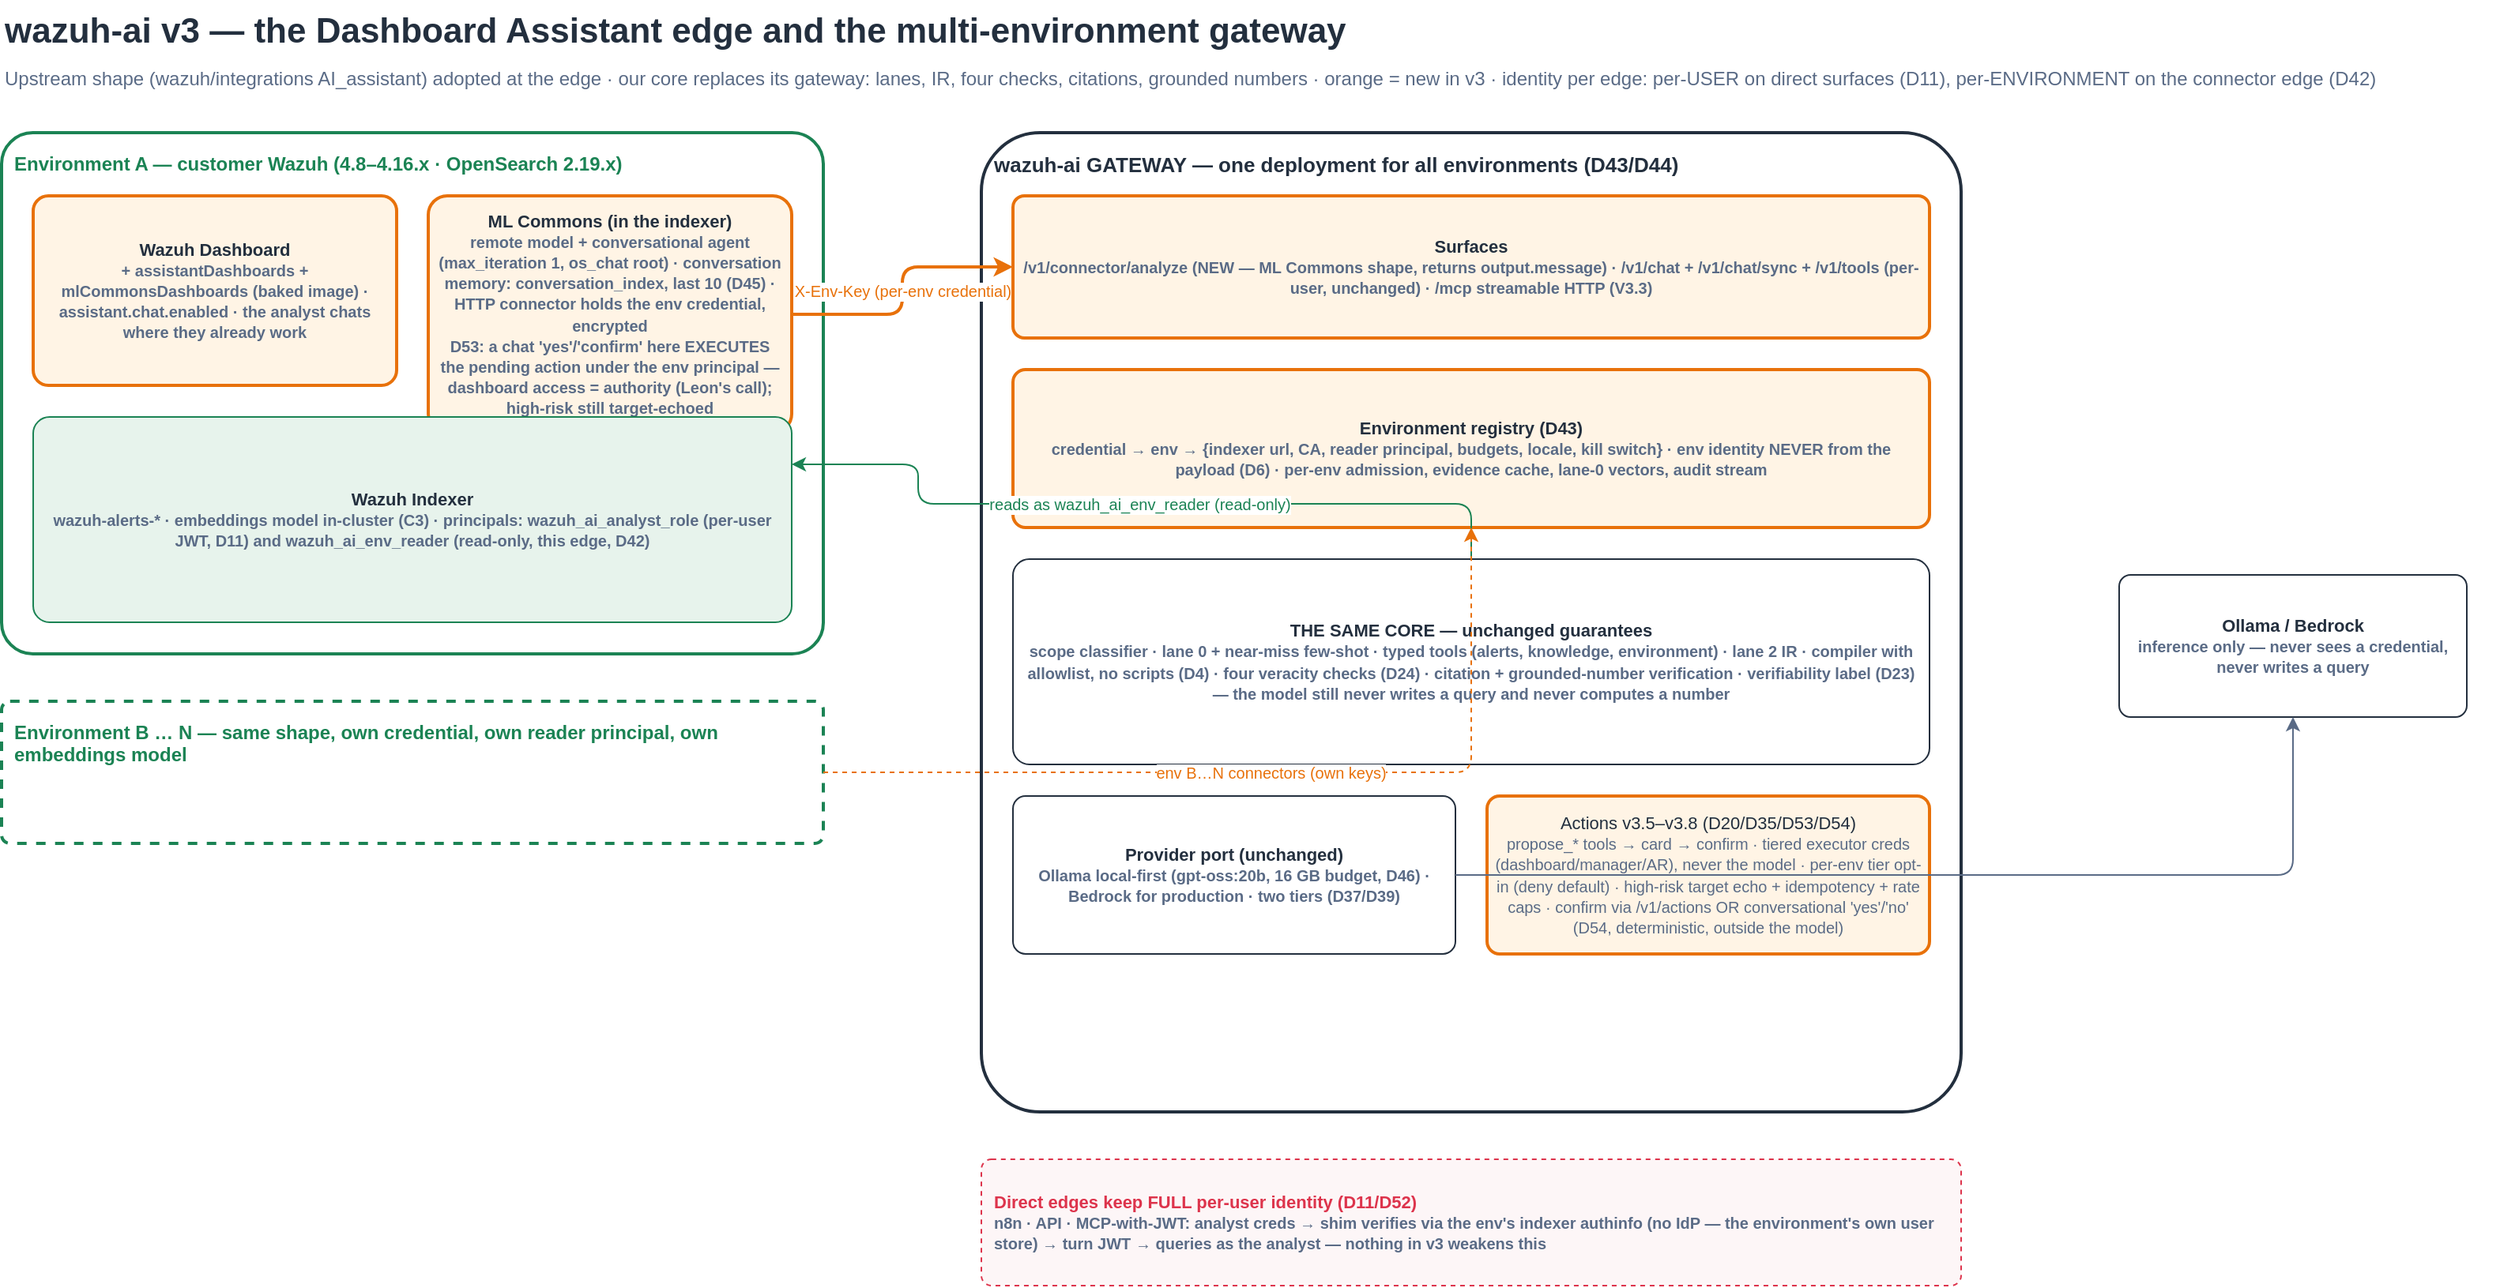
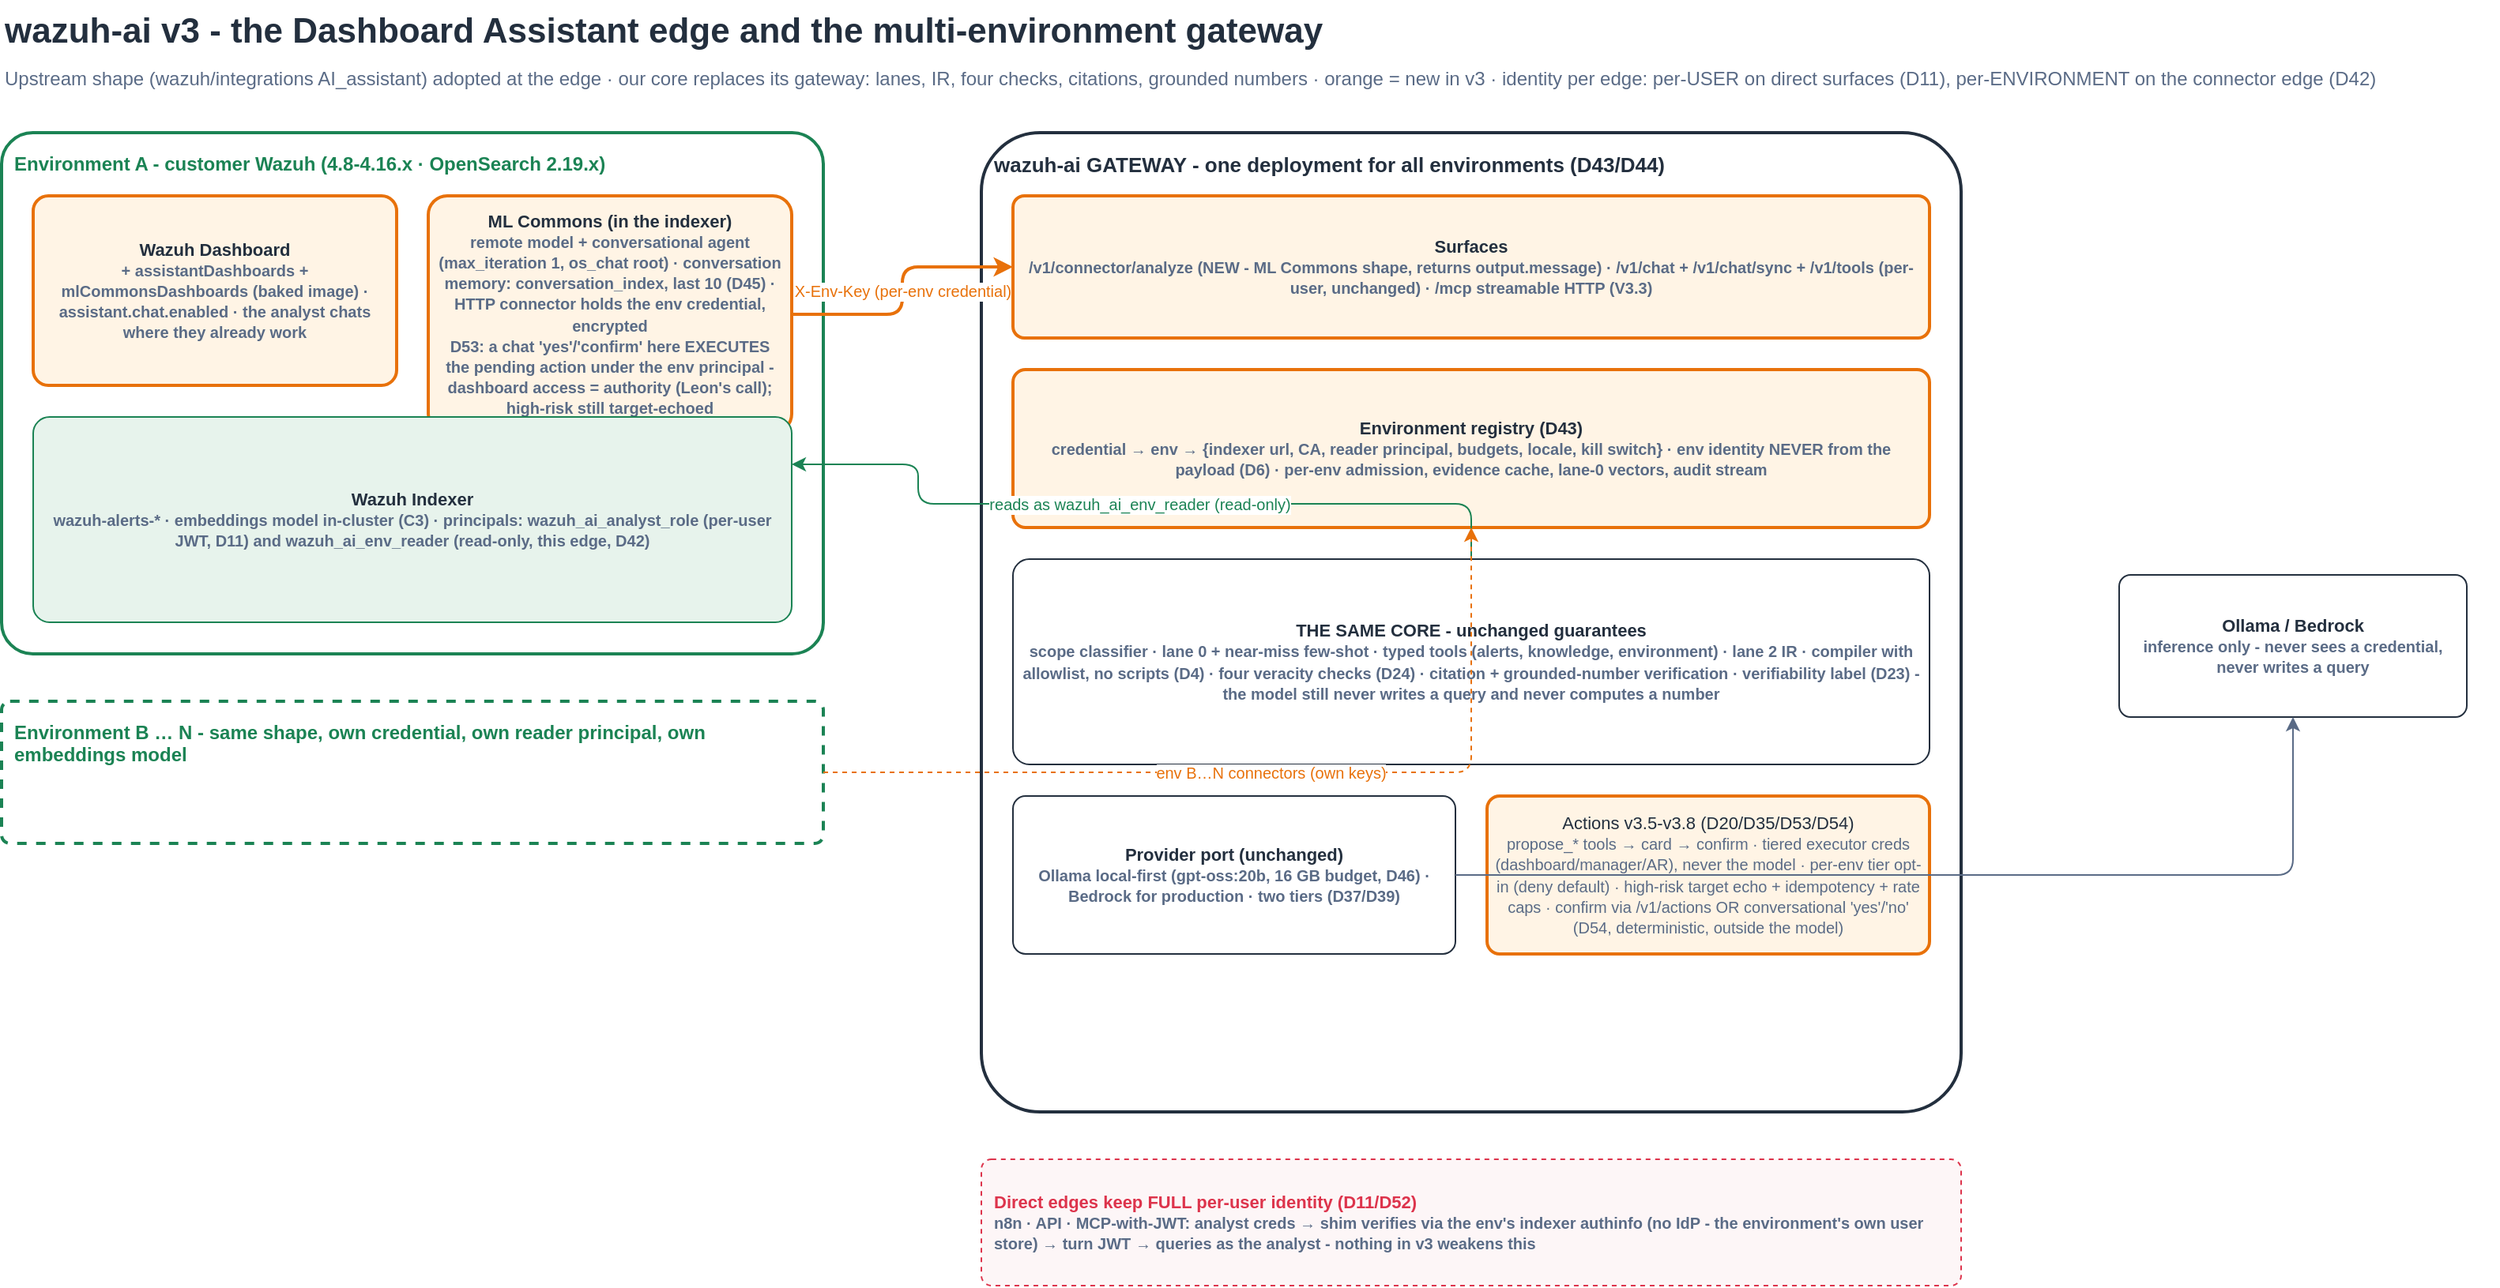
<mxfile host="app.diagrams.net" type="device" version="24.7.17">
  <diagram id="v3a" name="1 · v3 target: one gateway, N environments">
    <mxGraphModel dx="1400" dy="800" grid="0" gridSize="10" guides="1" tooltips="1" connect="1" arrows="1" fold="1" page="1" pageScale="1" pageWidth="1660" pageHeight="1010" math="0" shadow="0">
      <root>
        <mxCell id="0"/>
        <mxCell id="1" parent="0"/>
-         <mxCell id="v1t" value="wazuh-ai v3 — the Dashboard Assistant edge and the multi-environment gateway" style="text;html=1;fontSize=22;fontStyle=1;fontColor=#232F3E;align=left;" vertex="1" parent="1"><mxGeometry x="40" y="16" width="1500" height="32" as="geometry"/></mxCell>
+         <mxCell id="v1t" value="wazuh-ai v3 - the Dashboard Assistant edge and the multi-environment gateway" style="text;html=1;fontSize=22;fontStyle=1;fontColor=#232F3E;align=left;" vertex="1" parent="1"><mxGeometry x="40" y="16" width="1500" height="32" as="geometry"/></mxCell>
        <mxCell id="v1s" value="Upstream shape (wazuh/integrations AI_assistant) adopted at the edge · our core replaces its gateway: lanes, IR, four checks, citations, grounded numbers · orange = new in v3 · identity per edge: per-USER on direct surfaces (D11), per-ENVIRONMENT on the connector edge (D42)" style="text;html=1;fontSize=12;fontColor=#5A6B86;align=left;" vertex="1" parent="1"><mxGeometry x="40" y="52" width="1580" height="20" as="geometry"/></mxCell>
-         <mxCell id="v1e1" value="Environment A — customer Wazuh (4.8–4.16.x · OpenSearch 2.19.x)" style="rounded=1;whiteSpace=wrap;html=1;fillColor=none;strokeColor=#1B8354;strokeWidth=2;fontColor=#1B8354;fontSize=12;fontStyle=1;align=left;verticalAlign=top;spacing=8;arcSize=6;" vertex="1" parent="1"><mxGeometry x="40" y="100" width="520" height="330" as="geometry"/></mxCell>
+         <mxCell id="v1e1" value="Environment A - customer Wazuh (4.8-4.16.x · OpenSearch 2.19.x)" style="rounded=1;whiteSpace=wrap;html=1;fillColor=none;strokeColor=#1B8354;strokeWidth=2;fontColor=#1B8354;fontSize=12;fontStyle=1;align=left;verticalAlign=top;spacing=8;arcSize=6;" vertex="1" parent="1"><mxGeometry x="40" y="100" width="520" height="330" as="geometry"/></mxCell>
        <mxCell id="v1e1d" value="Wazuh Dashboard&lt;br&gt;&lt;font style=&quot;font-size:10px&quot; color=&quot;#5A6B86&quot;&gt;+ assistantDashboards + mlCommonsDashboards (baked image) · assistant.chat.enabled · the analyst chats where they already work&lt;/font&gt;" style="rounded=1;whiteSpace=wrap;html=1;fillColor=#FFF4E5;strokeColor=#E8710A;strokeWidth=2;fontColor=#232F3E;fontSize=11;fontStyle=1;align=center;verticalAlign=middle;spacing=6;arcSize=8;" vertex="1" parent="v1e1"><mxGeometry x="20" y="40" width="230" height="120" as="geometry"/></mxCell>
-         <mxCell id="v1e1m" value="ML Commons (in the indexer)&lt;br&gt;&lt;font style=&quot;font-size:10px&quot; color=&quot;#5A6B86&quot;&gt;remote model + conversational agent (max_iteration 1, os_chat root) · conversation memory: conversation_index, last 10 (D45) · HTTP connector holds the env credential, encrypted&lt;br&gt;&lt;b&gt;D53:&lt;/b&gt; a chat &#39;yes&#39;/&#39;confirm&#39; here EXECUTES the pending action under the env principal — dashboard access = authority (Leon&#39;s call); high-risk still target-echoed&lt;/font&gt;" style="rounded=1;whiteSpace=wrap;html=1;fillColor=#FFF4E5;strokeColor=#E8710A;strokeWidth=2;fontColor=#232F3E;fontSize=11;fontStyle=1;align=center;verticalAlign=middle;spacing=6;arcSize=8;" vertex="1" parent="v1e1"><mxGeometry x="270" y="40" width="230" height="150" as="geometry"/></mxCell>
+         <mxCell id="v1e1m" value="ML Commons (in the indexer)&lt;br&gt;&lt;font style=&quot;font-size:10px&quot; color=&quot;#5A6B86&quot;&gt;remote model + conversational agent (max_iteration 1, os_chat root) · conversation memory: conversation_index, last 10 (D45) · HTTP connector holds the env credential, encrypted&lt;br&gt;&lt;b&gt;D53:&lt;/b&gt; a chat &#39;yes&#39;/&#39;confirm&#39; here EXECUTES the pending action under the env principal - dashboard access = authority (Leon&#39;s call); high-risk still target-echoed&lt;/font&gt;" style="rounded=1;whiteSpace=wrap;html=1;fillColor=#FFF4E5;strokeColor=#E8710A;strokeWidth=2;fontColor=#232F3E;fontSize=11;fontStyle=1;align=center;verticalAlign=middle;spacing=6;arcSize=8;" vertex="1" parent="v1e1"><mxGeometry x="270" y="40" width="230" height="150" as="geometry"/></mxCell>
        <mxCell id="v1e1i" value="Wazuh Indexer&lt;br&gt;&lt;font style=&quot;font-size:10px&quot; color=&quot;#5A6B86&quot;&gt;wazuh-alerts-* · embeddings model in-cluster (C3) · principals: wazuh_ai_analyst_role (per-user JWT, D11) and wazuh_ai_env_reader (read-only, this edge, D42)&lt;/font&gt;" style="rounded=1;whiteSpace=wrap;html=1;fillColor=#E7F3EC;strokeColor=#1B8354;fontColor=#232F3E;fontSize=11;fontStyle=1;align=center;verticalAlign=middle;spacing=6;arcSize=8;" vertex="1" parent="v1e1"><mxGeometry x="20" y="180" width="480" height="130" as="geometry"/></mxCell>
-         <mxCell id="v1e2" value="Environment B … N — same shape, own credential, own reader principal, own embeddings model" style="rounded=1;whiteSpace=wrap;html=1;fillColor=none;strokeColor=#1B8354;strokeWidth=2;dashed=1;fontColor=#1B8354;fontSize=12;fontStyle=1;align=left;verticalAlign=top;spacing=8;arcSize=6;" vertex="1" parent="1"><mxGeometry x="40" y="460" width="520" height="90" as="geometry"/></mxCell>
-         <mxCell id="v1gw" value="wazuh-ai GATEWAY — one deployment for all environments (D43/D44)" style="rounded=1;whiteSpace=wrap;html=1;fillColor=none;strokeColor=#232F3E;strokeWidth=2;fontColor=#232F3E;fontSize=13;fontStyle=1;align=left;verticalAlign=top;spacing=8;arcSize=6;" vertex="1" parent="1"><mxGeometry x="660" y="100" width="620" height="620" as="geometry"/></mxCell>
-         <mxCell id="v1gs" value="Surfaces&lt;br&gt;&lt;font style=&quot;font-size:10px&quot; color=&quot;#5A6B86&quot;&gt;/v1/connector/analyze (NEW — ML Commons shape, returns output.message) · /v1/chat + /v1/chat/sync + /v1/tools (per-user, unchanged) · /mcp streamable HTTP (V3.3)&lt;/font&gt;" style="rounded=1;whiteSpace=wrap;html=1;fillColor=#FFF4E5;strokeColor=#E8710A;strokeWidth=2;fontColor=#232F3E;fontSize=11;fontStyle=1;align=center;verticalAlign=middle;spacing=6;arcSize=8;" vertex="1" parent="v1gw"><mxGeometry x="20" y="40" width="580" height="90" as="geometry"/></mxCell>
+         <mxCell id="v1e2" value="Environment B … N - same shape, own credential, own reader principal, own embeddings model" style="rounded=1;whiteSpace=wrap;html=1;fillColor=none;strokeColor=#1B8354;strokeWidth=2;dashed=1;fontColor=#1B8354;fontSize=12;fontStyle=1;align=left;verticalAlign=top;spacing=8;arcSize=6;" vertex="1" parent="1"><mxGeometry x="40" y="460" width="520" height="90" as="geometry"/></mxCell>
+         <mxCell id="v1gw" value="wazuh-ai GATEWAY - one deployment for all environments (D43/D44)" style="rounded=1;whiteSpace=wrap;html=1;fillColor=none;strokeColor=#232F3E;strokeWidth=2;fontColor=#232F3E;fontSize=13;fontStyle=1;align=left;verticalAlign=top;spacing=8;arcSize=6;" vertex="1" parent="1"><mxGeometry x="660" y="100" width="620" height="620" as="geometry"/></mxCell>
+         <mxCell id="v1gs" value="Surfaces&lt;br&gt;&lt;font style=&quot;font-size:10px&quot; color=&quot;#5A6B86&quot;&gt;/v1/connector/analyze (NEW - ML Commons shape, returns output.message) · /v1/chat + /v1/chat/sync + /v1/tools (per-user, unchanged) · /mcp streamable HTTP (V3.3)&lt;/font&gt;" style="rounded=1;whiteSpace=wrap;html=1;fillColor=#FFF4E5;strokeColor=#E8710A;strokeWidth=2;fontColor=#232F3E;fontSize=11;fontStyle=1;align=center;verticalAlign=middle;spacing=6;arcSize=8;" vertex="1" parent="v1gw"><mxGeometry x="20" y="40" width="580" height="90" as="geometry"/></mxCell>
        <mxCell id="v1gr" value="Environment registry (D43)&lt;br&gt;&lt;font style=&quot;font-size:10px&quot; color=&quot;#5A6B86&quot;&gt;credential → env → {indexer url, CA, reader principal, budgets, locale, kill switch} · env identity NEVER from the payload (D6) · per-env admission, evidence cache, lane-0 vectors, audit stream&lt;/font&gt;" style="rounded=1;whiteSpace=wrap;html=1;fillColor=#FFF4E5;strokeColor=#E8710A;strokeWidth=2;fontColor=#232F3E;fontSize=11;fontStyle=1;align=center;verticalAlign=middle;spacing=6;arcSize=8;" vertex="1" parent="v1gw"><mxGeometry x="20" y="150" width="580" height="100" as="geometry"/></mxCell>
-         <mxCell id="v1gc" value="THE SAME CORE — unchanged guarantees&lt;br&gt;&lt;font style=&quot;font-size:10px&quot; color=&quot;#5A6B86&quot;&gt;scope classifier · lane 0 + near-miss few-shot · typed tools (alerts, knowledge, environment) · lane 2 IR · compiler with allowlist, no scripts (D4) · four veracity checks (D24) · citation + grounded-number verification · verifiability label (D23) — the model still never writes a query and never computes a number&lt;/font&gt;" style="rounded=1;whiteSpace=wrap;html=1;fillColor=#FFFFFF;strokeColor=#232F3E;fontColor=#232F3E;fontSize=11;fontStyle=1;align=center;verticalAlign=middle;spacing=6;arcSize=8;" vertex="1" parent="v1gw"><mxGeometry x="20" y="270" width="580" height="130" as="geometry"/></mxCell>
+         <mxCell id="v1gc" value="THE SAME CORE - unchanged guarantees&lt;br&gt;&lt;font style=&quot;font-size:10px&quot; color=&quot;#5A6B86&quot;&gt;scope classifier · lane 0 + near-miss few-shot · typed tools (alerts, knowledge, environment) · lane 2 IR · compiler with allowlist, no scripts (D4) · four veracity checks (D24) · citation + grounded-number verification · verifiability label (D23) - the model still never writes a query and never computes a number&lt;/font&gt;" style="rounded=1;whiteSpace=wrap;html=1;fillColor=#FFFFFF;strokeColor=#232F3E;fontColor=#232F3E;fontSize=11;fontStyle=1;align=center;verticalAlign=middle;spacing=6;arcSize=8;" vertex="1" parent="v1gw"><mxGeometry x="20" y="270" width="580" height="130" as="geometry"/></mxCell>
        <mxCell id="v1gp" value="Provider port (unchanged)&lt;br&gt;&lt;font style=&quot;font-size:10px&quot; color=&quot;#5A6B86&quot;&gt;Ollama local-first (gpt-oss:20b, 16 GB budget, D46) · Bedrock for production · two tiers (D37/D39)&lt;/font&gt;" style="rounded=1;whiteSpace=wrap;html=1;fillColor=#FFFFFF;strokeColor=#232F3E;fontColor=#232F3E;fontSize=11;fontStyle=1;align=center;verticalAlign=middle;spacing=6;arcSize=8;" vertex="1" parent="v1gw"><mxGeometry x="20" y="420" width="280" height="100" as="geometry"/></mxCell>
-         <mxCell id="v1ga" value="Actions v3.5–v3.8 (D20/D35/D53/D54)&lt;br&gt;&lt;font style=&quot;font-size:10px&quot; color=&quot;#5A6B86&quot;&gt;propose_* tools → card → confirm · tiered executor creds (dashboard/manager/AR), never the model · per-env tier opt-in (deny default) · high-risk target echo + idempotency + rate caps · confirm via /v1/actions OR conversational &#39;yes&#39;/&#39;no&#39; (D54, deterministic, outside the model)&lt;/font&gt;" style="rounded=1;whiteSpace=wrap;html=1;fillColor=#FFF4E5;strokeColor=#E8710A;strokeWidth=2;fontColor=#232F3E;fontSize=11;align=center;verticalAlign=middle;spacing=6;arcSize=8;" vertex="1" parent="v1gw"><mxGeometry x="320" y="420" width="280" height="100" as="geometry"/></mxCell>
-         <mxCell id="v1llm" value="Ollama / Bedrock&lt;br&gt;&lt;font style=&quot;font-size:10px&quot; color=&quot;#5A6B86&quot;&gt;inference only — never sees a credential, never writes a query&lt;/font&gt;" style="rounded=1;whiteSpace=wrap;html=1;fillColor=#FFFFFF;strokeColor=#232F3E;fontColor=#232F3E;fontSize=11;fontStyle=1;align=center;verticalAlign=middle;spacing=6;arcSize=8;" vertex="1" parent="1"><mxGeometry x="1380" y="380" width="220" height="90" as="geometry"/></mxCell>
-         <mxCell id="v1direct" value="Direct edges keep FULL per-user identity (D11/D52)&lt;br&gt;&lt;font style=&quot;font-size:10px&quot; color=&quot;#5A6B86&quot;&gt;n8n · API · MCP-with-JWT: analyst creds → shim verifies via the env&#39;s indexer authinfo (no IdP — the environment&#39;s own user store) → turn JWT → queries as the analyst — nothing in v3 weakens this&lt;/font&gt;" style="rounded=1;whiteSpace=wrap;html=1;fillColor=#FDF6F7;strokeColor=#DD344C;dashed=1;fontColor=#DD344C;fontSize=11;fontStyle=1;align=left;verticalAlign=middle;spacing=8;arcSize=8;" vertex="1" parent="1"><mxGeometry x="660" y="750" width="620" height="80" as="geometry"/></mxCell>
+         <mxCell id="v1ga" value="Actions v3.5-v3.8 (D20/D35/D53/D54)&lt;br&gt;&lt;font style=&quot;font-size:10px&quot; color=&quot;#5A6B86&quot;&gt;propose_* tools → card → confirm · tiered executor creds (dashboard/manager/AR), never the model · per-env tier opt-in (deny default) · high-risk target echo + idempotency + rate caps · confirm via /v1/actions OR conversational &#39;yes&#39;/&#39;no&#39; (D54, deterministic, outside the model)&lt;/font&gt;" style="rounded=1;whiteSpace=wrap;html=1;fillColor=#FFF4E5;strokeColor=#E8710A;strokeWidth=2;fontColor=#232F3E;fontSize=11;align=center;verticalAlign=middle;spacing=6;arcSize=8;" vertex="1" parent="v1gw"><mxGeometry x="320" y="420" width="280" height="100" as="geometry"/></mxCell>
+         <mxCell id="v1llm" value="Ollama / Bedrock&lt;br&gt;&lt;font style=&quot;font-size:10px&quot; color=&quot;#5A6B86&quot;&gt;inference only - never sees a credential, never writes a query&lt;/font&gt;" style="rounded=1;whiteSpace=wrap;html=1;fillColor=#FFFFFF;strokeColor=#232F3E;fontColor=#232F3E;fontSize=11;fontStyle=1;align=center;verticalAlign=middle;spacing=6;arcSize=8;" vertex="1" parent="1"><mxGeometry x="1380" y="380" width="220" height="90" as="geometry"/></mxCell>
+         <mxCell id="v1direct" value="Direct edges keep FULL per-user identity (D11/D52)&lt;br&gt;&lt;font style=&quot;font-size:10px&quot; color=&quot;#5A6B86&quot;&gt;n8n · API · MCP-with-JWT: analyst creds → shim verifies via the env&#39;s indexer authinfo (no IdP - the environment&#39;s own user store) → turn JWT → queries as the analyst - nothing in v3 weakens this&lt;/font&gt;" style="rounded=1;whiteSpace=wrap;html=1;fillColor=#FDF6F7;strokeColor=#DD344C;dashed=1;fontColor=#DD344C;fontSize=11;fontStyle=1;align=left;verticalAlign=middle;spacing=8;arcSize=8;" vertex="1" parent="1"><mxGeometry x="660" y="750" width="620" height="80" as="geometry"/></mxCell>
        <mxCell id="v1eg1" value="X-Env-Key (per-env credential)" style="edgeStyle=orthogonalEdgeStyle;rounded=1;html=1;strokeColor=#E8710A;fontColor=#E8710A;fontSize=10;strokeWidth=2;" edge="1" parent="1" source="v1e1m" target="v1gs"><mxGeometry relative="1" as="geometry"/></mxCell>
        <mxCell id="v1eg2" value="reads as wazuh_ai_env_reader (read-only)" style="edgeStyle=orthogonalEdgeStyle;rounded=1;html=1;strokeColor=#1B8354;fontColor=#1B8354;fontSize=10;" edge="1" parent="1" source="v1gc" target="v1e1i"><mxGeometry relative="1" as="geometry"><Array as="points"><mxPoint x="620" y="335"/><mxPoint x="620" y="310"/></Array></mxGeometry></mxCell>
        <mxCell id="v1eg3" style="edgeStyle=orthogonalEdgeStyle;rounded=1;html=1;strokeColor=#5A6B86;fontColor=#5A6B86;fontSize=10;" edge="1" parent="1" source="v1gp" target="v1llm"><mxGeometry relative="1" as="geometry"/></mxCell>
        <mxCell id="v1eg4" value="env B…N connectors (own keys)" style="edgeStyle=orthogonalEdgeStyle;rounded=1;html=1;strokeColor=#E8710A;fontColor=#E8710A;fontSize=10;dashed=1;" edge="1" parent="1" source="v1e2" target="v1gr"><mxGeometry relative="1" as="geometry"/></mxCell>
      </root>
    </mxGraphModel>
  </diagram>
  <diagram id="v3b" name="2 · v3 PoC: single environment on the harness">
    <mxGraphModel dx="1400" dy="800" grid="0" gridSize="10" guides="1" tooltips="1" connect="1" arrows="1" fold="1" page="1" pageScale="1" pageWidth="1660" pageHeight="1010" math="0" shadow="0">
      <root>
        <mxCell id="0"/>
        <mxCell id="1" parent="0"/>
-         <mxCell id="v2t" value="v3 PoC — environment `lab` on the existing docker harness" style="text;html=1;fontSize=22;fontStyle=1;fontColor=#232F3E;align=left;" vertex="1" parent="1"><mxGeometry x="40" y="16" width="1500" height="32" as="geometry"/></mxCell>
+         <mxCell id="v2t" value="v3 PoC - environment `lab` on the existing docker harness" style="text;html=1;fontSize=22;fontStyle=1;fontColor=#232F3E;align=left;" vertex="1" parent="1"><mxGeometry x="40" y="16" width="1500" height="32" as="geometry"/></mxCell>
        <mxCell id="v2s" value="Single environment, multi-environment interfaces: the registry has one entry, the code paths are the N-env paths · bring-up: make dashboard-assistant → make assistant-setup → make evals-connector · 16 GB inference budget: gpt-oss:20b, embeddings in-cluster" style="text;html=1;fontSize=12;fontColor=#5A6B86;align=left;" vertex="1" parent="1"><mxGeometry x="40" y="52" width="1580" height="20" as="geometry"/></mxCell>
-         <mxCell id="v2wz" value="wazuh-docker single-node — environment `lab`" style="rounded=1;whiteSpace=wrap;html=1;fillColor=none;strokeColor=#1B8354;strokeWidth=2;fontColor=#1B8354;fontSize=12;fontStyle=1;align=left;verticalAlign=top;spacing=8;arcSize=6;" vertex="1" parent="1"><mxGeometry x="40" y="100" width="560" height="420" as="geometry"/></mxCell>
-         <mxCell id="v2d" value="wazuh-dashboard :443 — DERIVED IMAGE&lt;br&gt;&lt;font style=&quot;font-size:10px&quot; color=&quot;#5A6B86&quot;&gt;dashboard-assistant/Dockerfile bakes assistantDashboards + mlCommonsDashboards (version from package.json → artifacts.opensearch.org bundle) · assistant.chat.enabled: true in the mounted yml&lt;/font&gt;" style="rounded=1;whiteSpace=wrap;html=1;fillColor=#FFF4E5;strokeColor=#E8710A;strokeWidth=2;fontColor=#232F3E;fontSize=11;fontStyle=1;align=center;verticalAlign=middle;spacing=6;arcSize=8;" vertex="1" parent="v2wz"><mxGeometry x="20" y="40" width="520" height="110" as="geometry"/></mxCell>
+         <mxCell id="v2wz" value="wazuh-docker single-node - environment `lab`" style="rounded=1;whiteSpace=wrap;html=1;fillColor=none;strokeColor=#1B8354;strokeWidth=2;fontColor=#1B8354;fontSize=12;fontStyle=1;align=left;verticalAlign=top;spacing=8;arcSize=6;" vertex="1" parent="1"><mxGeometry x="40" y="100" width="560" height="420" as="geometry"/></mxCell>
+         <mxCell id="v2d" value="wazuh-dashboard :443 - DERIVED IMAGE&lt;br&gt;&lt;font style=&quot;font-size:10px&quot; color=&quot;#5A6B86&quot;&gt;dashboard-assistant/Dockerfile bakes assistantDashboards + mlCommonsDashboards (version from package.json → artifacts.opensearch.org bundle) · assistant.chat.enabled: true in the mounted yml&lt;/font&gt;" style="rounded=1;whiteSpace=wrap;html=1;fillColor=#FFF4E5;strokeColor=#E8710A;strokeWidth=2;fontColor=#232F3E;fontSize=11;fontStyle=1;align=center;verticalAlign=middle;spacing=6;arcSize=8;" vertex="1" parent="v2wz"><mxGeometry x="20" y="40" width="520" height="110" as="geometry"/></mxCell>
        <mxCell id="v2i" value="wazuh-indexer :9200 (OpenSearch 2.19.5)&lt;br&gt;&lt;font style=&quot;font-size:10px&quot; color=&quot;#5A6B86&quot;&gt;scripts/dashboard_assistant_setup.sh creates: cluster settings (trusted_connector_endpoints_regex += ^http://tool-service:8080/.*$) · remote model + connector (X-Env-Key, request_timeout 120s) · conversational agent (max_iteration 1, memory conversation_index) · root agent in .plugins-ml-config&lt;br&gt;principals: analyst JWT auth domain (existing) + wazuh_ai_env_reader (NEW, read-only) · embeddings model (C3)&lt;/font&gt;" style="rounded=1;whiteSpace=wrap;html=1;fillColor=#E7F3EC;strokeColor=#1B8354;fontColor=#232F3E;fontSize=11;fontStyle=1;align=center;verticalAlign=middle;spacing=8;arcSize=8;" vertex="1" parent="v2wz"><mxGeometry x="20" y="170" width="520" height="160" as="geometry"/></mxCell>
-         <mxCell id="v2m" value="wazuh-manager&lt;br&gt;&lt;font style=&quot;font-size:10px&quot; color=&quot;#5A6B86&quot;&gt;API :55000 untouched in v3 — actions deferred (D47)&lt;/font&gt;" style="rounded=1;whiteSpace=wrap;html=1;fillColor=#FFFFFF;strokeColor=#5A6B86;dashed=1;fontColor=#5A6B86;fontSize=11;align=center;verticalAlign=middle;spacing=6;arcSize=8;" vertex="1" parent="v2wz"><mxGeometry x="20" y="350" width="520" height="50" as="geometry"/></mxCell>
-         <mxCell id="v2gw" value="tool-service :8080 — the gateway" style="rounded=1;whiteSpace=wrap;html=1;fillColor=none;strokeColor=#232F3E;strokeWidth=2;fontColor=#232F3E;fontSize=12;fontStyle=1;align=left;verticalAlign=top;spacing=8;arcSize=6;" vertex="1" parent="1"><mxGeometry x="680" y="100" width="500" height="420" as="geometry"/></mxCell>
+         <mxCell id="v2m" value="wazuh-manager&lt;br&gt;&lt;font style=&quot;font-size:10px&quot; color=&quot;#5A6B86&quot;&gt;API :55000 untouched in v3 - actions deferred (D47)&lt;/font&gt;" style="rounded=1;whiteSpace=wrap;html=1;fillColor=#FFFFFF;strokeColor=#5A6B86;dashed=1;fontColor=#5A6B86;fontSize=11;align=center;verticalAlign=middle;spacing=6;arcSize=8;" vertex="1" parent="v2wz"><mxGeometry x="20" y="350" width="520" height="50" as="geometry"/></mxCell>
+         <mxCell id="v2gw" value="tool-service :8080 - the gateway" style="rounded=1;whiteSpace=wrap;html=1;fillColor=none;strokeColor=#232F3E;strokeWidth=2;fontColor=#232F3E;fontSize=12;fontStyle=1;align=left;verticalAlign=top;spacing=8;arcSize=6;" vertex="1" parent="1"><mxGeometry x="680" y="100" width="500" height="420" as="geometry"/></mxCell>
        <mxCell id="v2g1" value="POST /v1/connector/analyze (NEW)&lt;br&gt;&lt;font style=&quot;font-size:10px&quot; color=&quot;#5A6B86&quot;&gt;auth X-Env-Key → environments.resolve_by_key → EnvPrincipal(lab) · body {parameters:{prompt}} · returns {output:{message: answer + label + &#39;environment-scoped identity&#39;}} · 110 s budget, budget-note over 504&lt;/font&gt;" style="rounded=1;whiteSpace=wrap;html=1;fillColor=#FFF4E5;strokeColor=#E8710A;strokeWidth=2;fontColor=#232F3E;fontSize=11;fontStyle=1;align=center;verticalAlign=middle;spacing=6;arcSize=8;" vertex="1" parent="v2gw"><mxGeometry x="20" y="40" width="460" height="110" as="geometry"/></mxCell>
-         <mxCell id="v2g2" value="environments.yaml — one entry: lab&lt;br&gt;&lt;font style=&quot;font-size:10px&quot; color=&quot;#5A6B86&quot;&gt;gateway_key · indexer url/CA · reader principal · per-env admission/cache/vectors/audit keyed by env_id (V3.1a)&lt;/font&gt;" style="rounded=1;whiteSpace=wrap;html=1;fillColor=#FFF4E5;strokeColor=#E8710A;strokeWidth=2;fontColor=#232F3E;fontSize=11;fontStyle=1;align=center;verticalAlign=middle;spacing=6;arcSize=8;" vertex="1" parent="v2gw"><mxGeometry x="20" y="170" width="460" height="90" as="geometry"/></mxCell>
-         <mxCell id="v2g3" value="run_turn(principal) — User (JWT) | EnvPrincipal&lt;br&gt;&lt;font style=&quot;font-size:10px&quot; color=&quot;#5A6B86&quot;&gt;V3.8: pending proposal + yes/no → deterministic confirm (bypasses model, D54) · same lanes, tools, IR, checks for both principals · /v1/chat(/sync) per-user · connector yes executes under env principal (D53)&lt;/font&gt;" style="rounded=1;whiteSpace=wrap;html=1;fillColor=#FFFFFF;strokeColor=#232F3E;fontColor=#232F3E;fontSize=11;fontStyle=1;align=center;verticalAlign=middle;spacing=6;arcSize=8;" vertex="1" parent="v2gw"><mxGeometry x="20" y="280" width="460" height="120" as="geometry"/></mxCell>
-         <mxCell id="v2ol" value="ollama :11434 (rocm)&lt;br&gt;&lt;font style=&quot;font-size:10px&quot; color=&quot;#5A6B86&quot;&gt;gpt-oss:20b only — embeddings moved in-cluster (C3) · ≈13 GB + KV in the 16 GB budget&lt;/font&gt;" style="rounded=1;whiteSpace=wrap;html=1;fillColor=#FFFFFF;strokeColor=#232F3E;fontColor=#232F3E;fontSize=11;fontStyle=1;align=center;verticalAlign=middle;spacing=6;arcSize=8;" vertex="1" parent="1"><mxGeometry x="1260" y="140" width="340" height="100" as="geometry"/></mxCell>
+         <mxCell id="v2g2" value="environments.yaml - one entry: lab&lt;br&gt;&lt;font style=&quot;font-size:10px&quot; color=&quot;#5A6B86&quot;&gt;gateway_key · indexer url/CA · reader principal · per-env admission/cache/vectors/audit keyed by env_id (V3.1a)&lt;/font&gt;" style="rounded=1;whiteSpace=wrap;html=1;fillColor=#FFF4E5;strokeColor=#E8710A;strokeWidth=2;fontColor=#232F3E;fontSize=11;fontStyle=1;align=center;verticalAlign=middle;spacing=6;arcSize=8;" vertex="1" parent="v2gw"><mxGeometry x="20" y="170" width="460" height="90" as="geometry"/></mxCell>
+         <mxCell id="v2g3" value="run_turn(principal) - User (JWT) | EnvPrincipal&lt;br&gt;&lt;font style=&quot;font-size:10px&quot; color=&quot;#5A6B86&quot;&gt;V3.8: pending proposal + yes/no → deterministic confirm (bypasses model, D54) · same lanes, tools, IR, checks for both principals · /v1/chat(/sync) per-user · connector yes executes under env principal (D53)&lt;/font&gt;" style="rounded=1;whiteSpace=wrap;html=1;fillColor=#FFFFFF;strokeColor=#232F3E;fontColor=#232F3E;fontSize=11;fontStyle=1;align=center;verticalAlign=middle;spacing=6;arcSize=8;" vertex="1" parent="v2gw"><mxGeometry x="20" y="280" width="460" height="120" as="geometry"/></mxCell>
+         <mxCell id="v2ol" value="ollama :11434 (rocm)&lt;br&gt;&lt;font style=&quot;font-size:10px&quot; color=&quot;#5A6B86&quot;&gt;gpt-oss:20b only - embeddings moved in-cluster (C3) · ≈13 GB + KV in the 16 GB budget&lt;/font&gt;" style="rounded=1;whiteSpace=wrap;html=1;fillColor=#FFFFFF;strokeColor=#232F3E;fontColor=#232F3E;fontSize=11;fontStyle=1;align=center;verticalAlign=middle;spacing=6;arcSize=8;" vertex="1" parent="1"><mxGeometry x="1260" y="140" width="340" height="100" as="geometry"/></mxCell>
        <mxCell id="v2ex" value="direct edges (V3.6: no Keycloak)&lt;br&gt;&lt;font style=&quot;font-size:10px&quot; color=&quot;#5A6B86&quot;&gt;auth-shim :8081 (verifies creds via indexer authinfo, D52) + n8n :5678 → per-user turn JWT (D11) · golden set via make evals (direct) and make evals-connector (dashboard path, agent _execute)&lt;/font&gt;" style="rounded=1;whiteSpace=wrap;html=1;fillColor=#FDF6F7;strokeColor=#DD344C;dashed=1;fontColor=#DD344C;fontSize=11;fontStyle=1;align=left;verticalAlign=middle;spacing=8;arcSize=8;" vertex="1" parent="1"><mxGeometry x="1260" y="280" width="340" height="130" as="geometry"/></mxCell>
        <mxCell id="v2acc" value="acceptance (V3.1): Assistant icon answers in the dashboard · six storyline questions match n8n answers + env-scoped label · evals-connector green (identity cases explicitly SKIPPED, never silent) · env reader can read / cannot DELETE · wrong X-Env-Key → 401 + audit · make test and make evals stay green" style="rounded=1;whiteSpace=wrap;html=1;fillColor=#FFFFFF;strokeColor=#232F3E;fontColor=#232F3E;fontSize=11;align=left;verticalAlign=middle;spacing=8;arcSize=8;" vertex="1" parent="1"><mxGeometry x="40" y="560" width="1140" height="80" as="geometry"/></mxCell>
        <mxCell id="v2e1" value="X-Env-Key" style="edgeStyle=orthogonalEdgeStyle;rounded=1;html=1;strokeColor=#E8710A;fontColor=#E8710A;fontSize=10;strokeWidth=2;" edge="1" parent="1" source="v2i" target="v2g1"><mxGeometry relative="1" as="geometry"/></mxCell>
        <mxCell id="v2e2" value="reads as env_reader" style="edgeStyle=orthogonalEdgeStyle;rounded=1;html=1;strokeColor=#1B8354;fontColor=#1B8354;fontSize=10;" edge="1" parent="1" source="v2g3" target="v2i"><mxGeometry relative="1" as="geometry"><Array as="points"><mxPoint x="640" y="340"/><mxPoint x="640" y="280"/></Array></mxGeometry></mxCell>
        <mxCell id="v2e3" style="edgeStyle=orthogonalEdgeStyle;rounded=1;html=1;strokeColor=#5A6B86;fontColor=#5A6B86;fontSize=10;" edge="1" parent="1" source="v2gw" target="v2ol"><mxGeometry relative="1" as="geometry"/></mxCell>
        <mxCell id="v2e4" value="chat in the dashboard" style="edgeStyle=orthogonalEdgeStyle;rounded=1;html=1;strokeColor=#E8710A;fontColor=#E8710A;fontSize=10;" edge="1" parent="1" source="v2d" target="v2i"><mxGeometry relative="1" as="geometry"/></mxCell>
      </root>
    </mxGraphModel>
  </diagram>
</mxfile>
